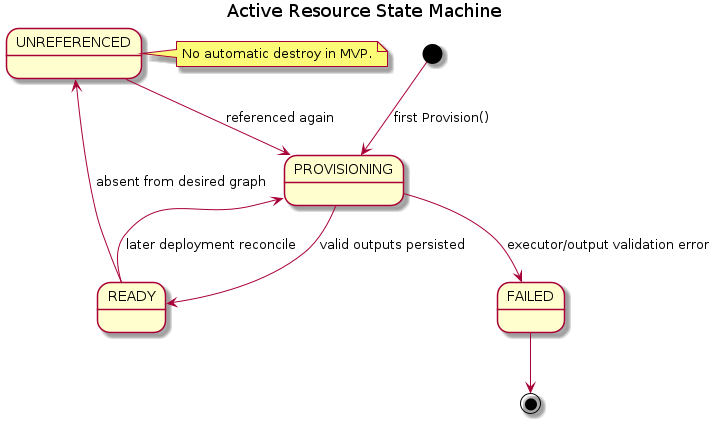
The PlantUML diagram orchestrator_docs/architecture/state-machines/active-resource.png in pr3s3nt/poc, before a commit. Its source is kept beside it as orchestrator_docs/architecture/state-machines/active-resource.puml.
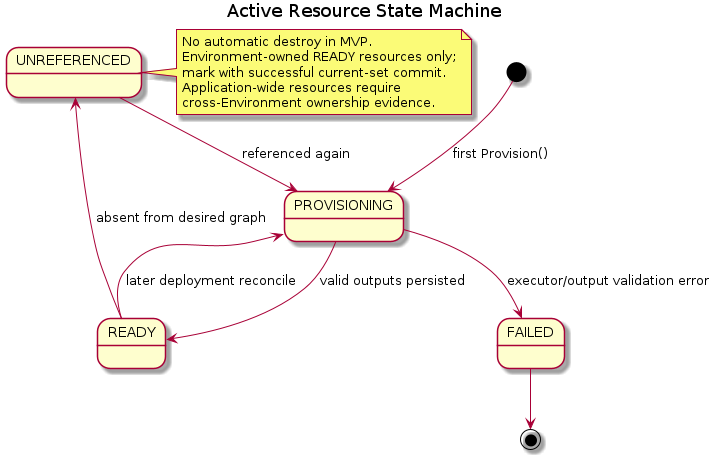
The same file after the commit.

The edit, as a diff of the source:
```diff
@@ -9,5 +9,9 @@
 FAILED --> [*]
 note right of UNREFERENCED
   No automatic destroy in MVP.
+  Environment-owned READY resources only;
+  mark with successful current-set commit.
+  Application-wide resources require
+  cross-Environment ownership evidence.
 end note
 @enduml
```
